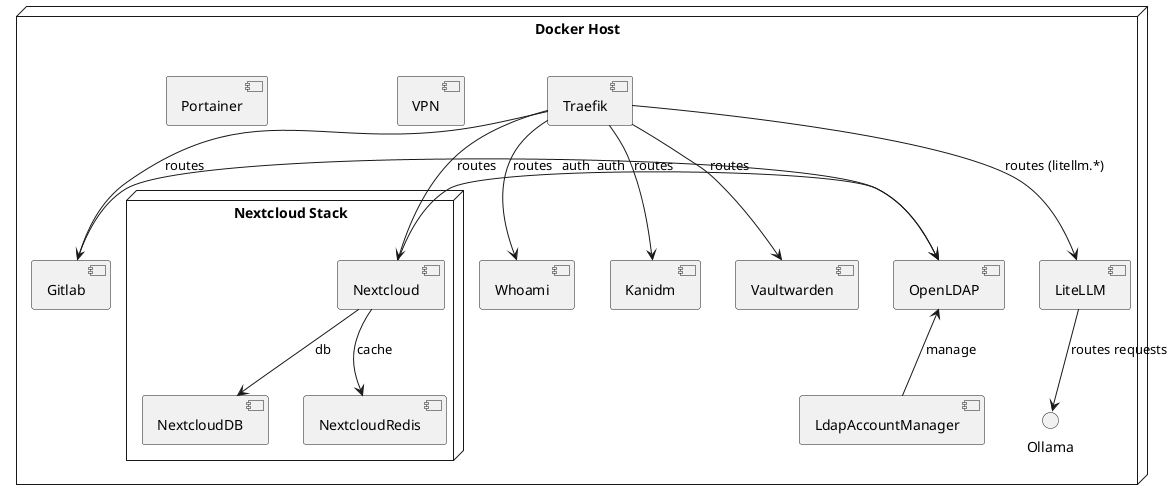
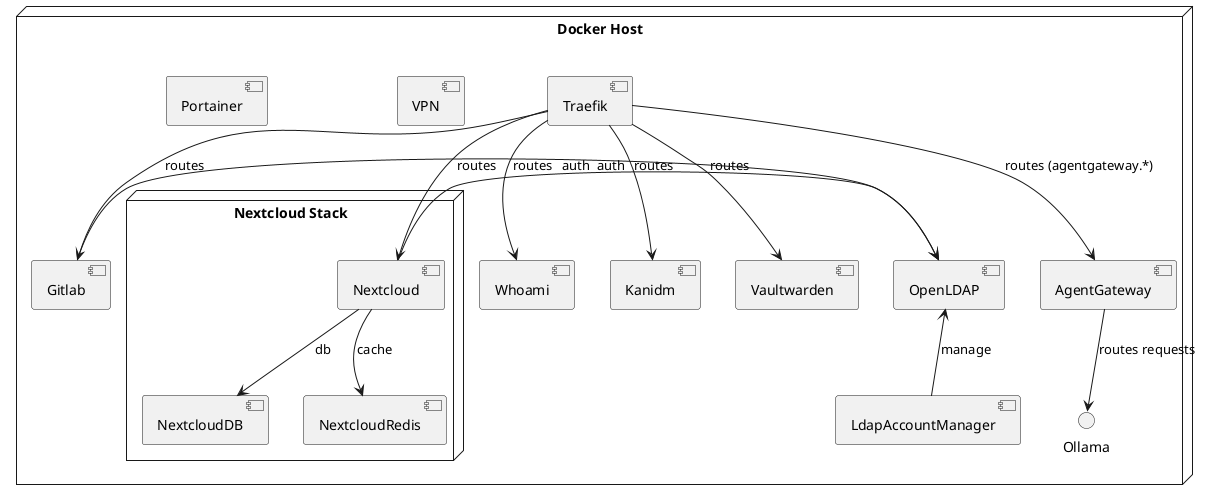
@startuml Deployment Diagram

!define TraefikNode component
!define ServiceNode component

node "Docker Host" {
    TraefikNode Traefik
    ServiceNode Whoami
    ServiceNode OpenLDAP
    ServiceNode LdapAccountManager
    ServiceNode Kanidm
    ServiceNode Gitlab
    node "Nextcloud Stack" {
        ServiceNode Nextcloud
        ServiceNode NextcloudDB
        ServiceNode NextcloudRedis
    }
    ServiceNode Vaultwarden
    ServiceNode VPN
    ServiceNode Portainer
-     ServiceNode LiteLLM
+     ServiceNode AgentGateway

    Traefik -down-> Whoami : routes
    Traefik -down-> Kanidm : routes
    Traefik -down-> Gitlab : routes
    Traefik -down-> Nextcloud : routes
    Traefik -down-> Vaultwarden : routes
-     Traefik -down-> LiteLLM : routes (litellm.*)
+     Traefik -down-> AgentGateway : routes (agentgateway.*)

    Gitlab -left-> OpenLDAP : auth
    Nextcloud -right-> OpenLDAP : auth
    LdapAccountManager -up-> OpenLDAP : manage

    Nextcloud -down-> NextcloudDB : db
    Nextcloud -down-> NextcloudRedis : cache

-     LiteLLM -down-> Ollama : routes requests
+     AgentGateway -down-> Ollama : routes requests
}

@enduml
